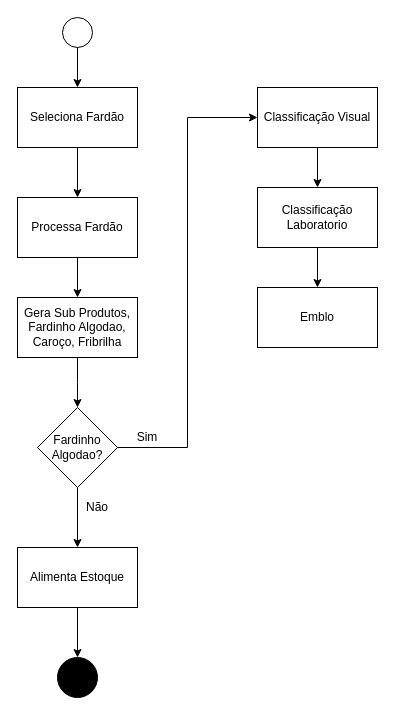
oriovaldof/diagrams-producion keeps this draw.io diagram as beneficiamento.drawio. Above is the earlier version. Source tidied: cells renumbered, new cells numbered last; positions are measured from the earlier drawing's top-left corner, leaving out a move shared by most shapes. Both pictures are drawn from the tidied source at 100%, with x=0, y=0 at pixel (17, 17).
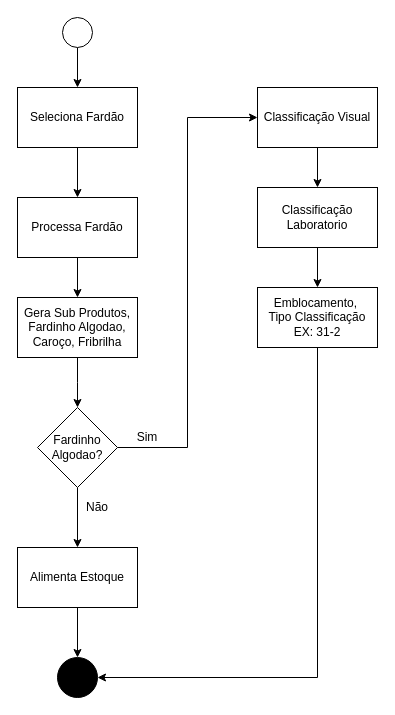
The same diagram, later.

Unchanged cells that the change refers to:
```xml
<mxCell id="16" style="ellipse;whiteSpace=wrap;html=1;fillColor=#000000;" parent="1" vertex="1">
  <mxGeometry x="40" y="640" width="40" height="40" as="geometry" />
</mxCell>
```

The edit, as a diff of the source:
```diff
@@
+    <mxCell id="23" style="edgeStyle=orthogonalEdgeStyle;rounded=0;jettySize=auto;html=1;entryX=1;entryY=0.5;entryDx=0;entryDy=0;" parent="1" edge="1" source="22" target="16">
+      <mxGeometry relative="1" as="geometry">
+        <Array as="points">
+          <mxPoint x="300" y="660" />
+        </Array>
+      </mxGeometry>
+    </mxCell>
-    <mxCell id="22" value="Emblo" style="rounded=0;whiteSpace=wrap;html=1;fillColor=#FFFFFF;" parent="1" vertex="1">
+    <mxCell id="22" value="Emblocamento,&amp;nbsp;&lt;br&gt;Tipo Classificação&lt;br&gt;EX: 31-2" style="rounded=0;whiteSpace=wrap;html=1;fillColor=#FFFFFF;" parent="1" vertex="1">
       <mxGeometry x="240" y="270" width="120" height="60" as="geometry" />
     </mxCell>
```
